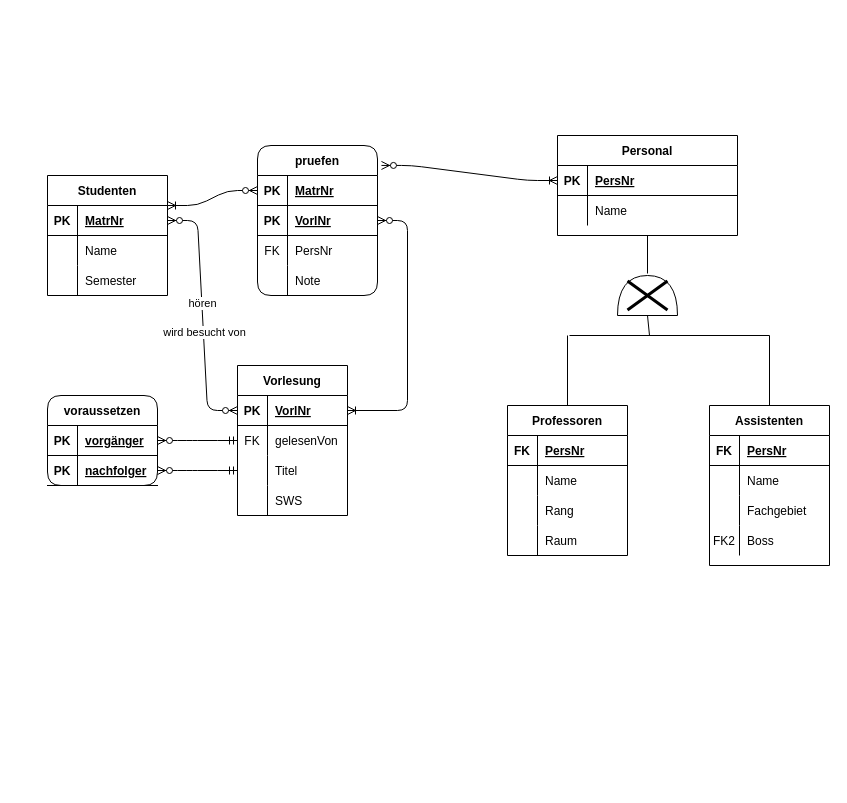
Before: P1_A1_EERD.drawio in TobiasMusiol/DB2_SoSem21, a draw.io diagram. Source tidied: cells renumbered, new cells numbered last; positions are measured from the earlier drawing's top-left corner, leaving out a move shared by most shapes. Both pictures are drawn from the tidied source at 100%, with x=0, y=0 at pixel (47, 135).
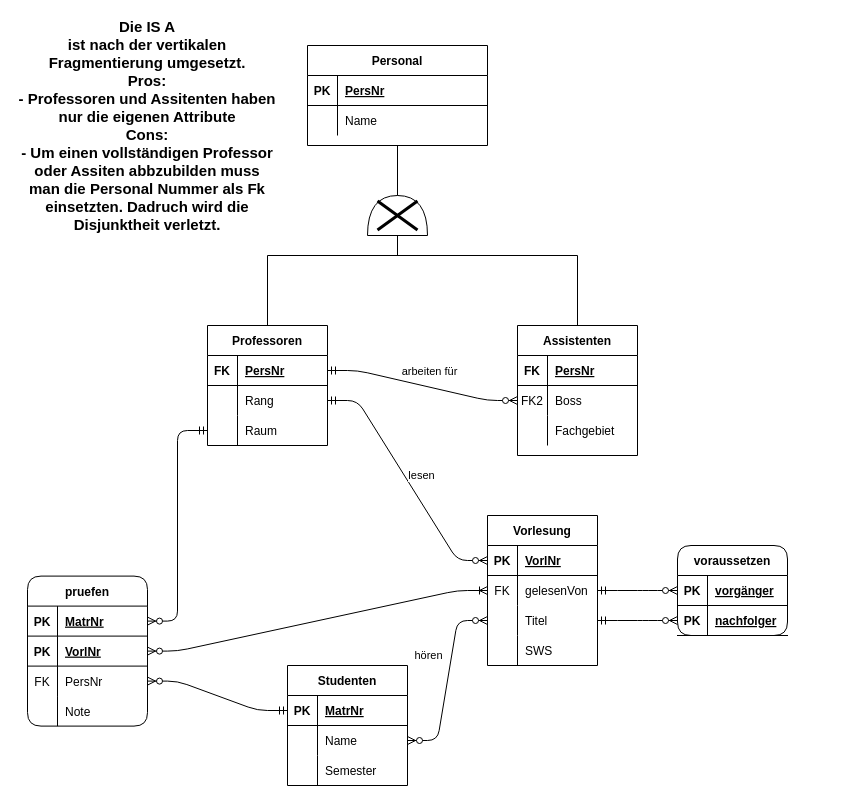
Above is the later version.

The change refers to these unchanged cells:
```xml
<mxCell id="3" style="shape=partialRectangle;fillColor=none;top=0;left=0;bottom=1;right=0;points=[[0,0.5],[1,0.5]];portConstraint=eastwest;" parent="2" vertex="1">
  <mxGeometry y="30" width="120" height="30" as="geometry" />
</mxCell>
<mxCell id="6" style="shape=partialRectangle;fillColor=none;top=0;left=0;bottom=0;right=0;points=[[0,0.5],[1,0.5]];portConstraint=eastwest;" parent="2" vertex="1">
  <mxGeometry y="60" width="120" height="30" as="geometry" />
</mxCell>
<mxCell id="13" style="shape=partialRectangle;fillColor=none;top=0;left=0;bottom=1;right=0;points=[[0,0.5],[1,0.5]];portConstraint=eastwest;" parent="12" vertex="1">
  <mxGeometry y="30" width="110" height="30" as="geometry" />
</mxCell>
<mxCell id="16" style="shape=partialRectangle;fillColor=none;top=0;left=0;bottom=0;right=0;points=[[0,0.5],[1,0.5]];portConstraint=eastwest;" parent="12" vertex="1">
  <mxGeometry y="60" width="110" height="30" as="geometry" />
</mxCell>
<mxCell id="19" style="shape=partialRectangle;fillColor=none;top=0;left=0;bottom=0;right=0;points=[[0,0.5],[1,0.5]];portConstraint=eastwest;" parent="12" vertex="1">
  <mxGeometry y="90" width="110" height="30" as="geometry" />
</mxCell>
<mxCell id="44" style="shape=partialRectangle;fillColor=none;top=0;left=0;bottom=1;right=0;points=[[0,0.5],[1,0.5]];portConstraint=eastwest;" parent="43" vertex="1">
  <mxGeometry y="30" width="120" height="30" as="geometry" />
</mxCell>
<mxCell id="61" style="shape=partialRectangle;fillColor=none;top=0;left=0;bottom=1;right=0;points=[[0,0.5],[1,0.5]];portConstraint=eastwest;" parent="60" vertex="1">
  <mxGeometry y="30" width="180" height="30" as="geometry" />
</mxCell>
<mxCell id="78" style="shape=partialRectangle;fillColor=none;top=0;left=0;bottom=1;right=0;points=[[0,0.5],[1,0.5]];portConstraint=eastwest;" parent="77" vertex="1">
  <mxGeometry y="30" width="120" height="30" as="geometry" />
</mxCell>
<mxCell id="81" style="shape=partialRectangle;fillColor=none;top=0;left=0;bottom=1;right=0;points=[[0,0.5],[1,0.5]];portConstraint=eastwest;" parent="77" vertex="1">
  <mxGeometry y="60" width="120" height="30" as="geometry" />
</mxCell>
<mxCell id="84" style="shape=partialRectangle;fillColor=none;top=0;left=0;bottom=0;right=0;points=[[0,0.5],[1,0.5]];portConstraint=eastwest;" parent="77" vertex="1">
  <mxGeometry y="90" width="120" height="30" as="geometry" />
</mxCell>
```

What changed in the source:
```diff
@@
     <mxCell id="2" value="Studenten" style="shape=table;startSize=30;childLayout=tableLayout;rowLines=0;fontStyle=1;align=center;" parent="1" vertex="1">
-      <mxGeometry y="40" width="120" height="120" as="geometry" />
+      <mxGeometry x="240" y="530" width="120" height="120" as="geometry" />
     </mxCell>
@@
     <mxCell id="12" value="Vorlesung" style="shape=table;startSize=30;childLayout=tableLayout;rowLines=0;fontStyle=1;align=center;rounded=0;" parent="1" vertex="1">
-      <mxGeometry x="190" y="230" width="110" height="150" as="geometry" />
+      <mxGeometry x="440" y="380" width="110" height="150" as="geometry" />
     </mxCell>
@@
     <mxCell id="25" style="shape=or;whiteSpace=wrap;html=1;rotation=-90;" parent="1" vertex="1">
-      <mxGeometry x="580" y="130" width="40" height="60" as="geometry" />
+      <mxGeometry x="330" y="50" width="40" height="60" as="geometry" />
     </mxCell>
     <mxCell id="26" style="shape=umlDestroy;whiteSpace=wrap;html=1;strokeWidth=3;" parent="1" vertex="1">
-      <mxGeometry x="580" y="145.5" width="40" height="29" as="geometry" />
+      <mxGeometry x="330" y="65.5" width="40" height="29" as="geometry" />
     </mxCell>
     <mxCell id="27" style="endArrow=none;html=1;rounded=0;entryX=0.5;entryY=0;entryDx=0;entryDy=0;" parent="1" edge="1" target="30">
       <mxGeometry relative="1" as="geometry">
-        <mxPoint x="722" y="200" as="sourcePoint" />
+        <mxPoint x="530" y="120" as="sourcePoint" />
       </mxGeometry>
     </mxCell>
     <mxCell id="28" style="endArrow=none;html=1;rounded=0;entryX=0.5;entryY=0;entryDx=0;entryDy=0;" parent="1" edge="1" target="43">
       <mxGeometry relative="1" as="geometry">
-        <mxPoint x="520" y="200" as="sourcePoint" />
+        <mxPoint x="220" y="120" as="sourcePoint" />
       </mxGeometry>
     </mxCell>
     <mxCell id="29" style="endArrow=none;html=1;rounded=0;" parent="1" edge="1">
       <mxGeometry relative="1" as="geometry">
-        <mxPoint x="522" y="200" as="sourcePoint" />
-        <mxPoint x="722" y="200" as="targetPoint" />
+        <mxPoint x="220" y="120" as="sourcePoint" />
+        <mxPoint x="530" y="120" as="targetPoint" />
       </mxGeometry>
     </mxCell>
     <mxCell id="30" value="Assistenten" style="shape=table;startSize=30;childLayout=tableLayout;rowLines=0;fontStyle=1;align=center;" parent="1" vertex="1">
-      <mxGeometry x="662" y="270" width="120" height="160" as="geometry" />
+      <mxGeometry x="470" y="190" width="120" height="130" as="geometry" />
     </mxCell>
@@
-    <mxCell id="34" style="shape=partialRectangle;fillColor=none;top=0;left=0;bottom=0;right=0;" parent="30" vertex="1">
-      <mxGeometry y="60" width="120" height="30" as="geometry" />
-    </mxCell>
-    <mxCell id="35" style="shape=partialRectangle;fillColor=none;top=0;left=0;bottom=0;right=0;overflow=hidden;" parent="34" vertex="1">
-      <mxGeometry width="30" height="30" as="geometry" />
-    </mxCell>
-    <mxCell id="36" value="Name" style="shape=partialRectangle;fillColor=none;top=0;left=0;bottom=0;right=0;align=left;spacingLeft=6;overflow=hidden;" parent="34" vertex="1">
-      <mxGeometry x="30" width="90" height="30" as="geometry" />
-    </mxCell>
+    <mxCell id="40" style="shape=partialRectangle;fillColor=none;top=0;left=0;bottom=0;right=0;points=[[0,0.5],[1,0.5]];portConstraint=eastwest;" parent="30" vertex="1">
+      <mxGeometry y="60" width="120" height="30" as="geometry" />
+    </mxCell>
+    <mxCell id="41" value="FK2" style="shape=partialRectangle;fillColor=none;top=0;left=0;bottom=0;right=0;overflow=hidden;" parent="40" vertex="1">
+      <mxGeometry width="30" height="30" as="geometry" />
+    </mxCell>
+    <mxCell id="42" value="Boss" style="shape=partialRectangle;fillColor=none;top=0;left=0;bottom=0;right=0;align=left;spacingLeft=6;overflow=hidden;" parent="40" vertex="1">
+      <mxGeometry x="30" width="90" height="30" as="geometry" />
+    </mxCell>
@@
-    <mxCell id="40" style="shape=partialRectangle;fillColor=none;top=0;left=0;bottom=0;right=0;points=[[0,0.5],[1,0.5]];portConstraint=eastwest;" parent="30" vertex="1">
-      <mxGeometry y="120" width="120" height="30" as="geometry" />
-    </mxCell>
-    <mxCell id="41" value="FK2" style="shape=partialRectangle;fillColor=none;top=0;left=0;bottom=0;right=0;overflow=hidden;" parent="40" vertex="1">
-      <mxGeometry width="30" height="30" as="geometry" />
-    </mxCell>
-    <mxCell id="42" value="Boss" style="shape=partialRectangle;fillColor=none;top=0;left=0;bottom=0;right=0;align=left;spacingLeft=6;overflow=hidden;" parent="40" vertex="1">
-      <mxGeometry x="30" width="90" height="30" as="geometry" />
-    </mxCell>
     <mxCell id="43" value="Professoren" style="shape=table;startSize=30;childLayout=tableLayout;rowLines=0;fontStyle=1;align=center;" parent="1" vertex="1">
-      <mxGeometry x="460" y="270" width="120" height="150" as="geometry" />
+      <mxGeometry x="160" y="190" width="120" height="120" as="geometry" />
     </mxCell>
@@
-    <mxCell id="47" style="shape=partialRectangle;fillColor=none;top=0;left=0;bottom=0;right=0;" parent="43" vertex="1">
-      <mxGeometry y="60" width="120" height="30" as="geometry" />
-    </mxCell>
-    <mxCell id="48" style="shape=partialRectangle;fillColor=none;top=0;left=0;bottom=0;right=0;overflow=hidden;" parent="47" vertex="1">
-      <mxGeometry width="30" height="30" as="geometry" />
-    </mxCell>
-    <mxCell id="49" value="Name" style="shape=partialRectangle;fillColor=none;top=0;left=0;bottom=0;right=0;align=left;spacingLeft=6;overflow=hidden;" parent="47" vertex="1">
-      <mxGeometry x="30" width="90" height="30" as="geometry" />
-    </mxCell>
     <mxCell id="50" style="shape=partialRectangle;fillColor=none;top=0;left=0;bottom=0;right=0;" parent="43" vertex="1">
-      <mxGeometry y="90" width="120" height="30" as="geometry" />
+      <mxGeometry y="60" width="120" height="30" as="geometry" />
     </mxCell>
@@
     <mxCell id="53" style="shape=partialRectangle;fillColor=none;top=0;left=0;bottom=0;right=0;points=[[0,0.5],[1,0.5]];portConstraint=eastwest;" parent="43" vertex="1">
-      <mxGeometry y="120" width="120" height="30" as="geometry" />
+      <mxGeometry y="90" width="120" height="30" as="geometry" />
     </mxCell>
@@
-    <mxCell id="56" style="edgeStyle=entityRelationEdgeStyle;fontSize=12;html=1;endArrow=ERzeroToMany;endFill=1;startArrow=ERzeroToMany;entryX=0;entryY=0.5;entryDx=0;entryDy=0;exitX=1;exitY=0.5;exitDx=0;exitDy=0;" parent="1" edge="1" source="3" target="13">
+    <mxCell id="56" style="edgeStyle=entityRelationEdgeStyle;fontSize=12;html=1;endArrow=ERzeroToMany;endFill=1;startArrow=ERzeroToMany;" parent="1" edge="1" source="6" target="19">
       <mxGeometry relative="1" as="geometry" />
     </mxCell>
     <mxCell id="57" value="&lt;div&gt;hören&lt;/div&gt;" style="edgeLabel;html=1;align=center;verticalAlign=middle;" parent="56" vertex="1">
       <mxGeometry x="0.02" relative="1" as="geometry">
-        <mxPoint x="-1" y="-15" as="offset" />
+        <mxPoint x="-20" y="-23" as="offset" />
       </mxGeometry>
     </mxCell>
-    <mxCell id="58" value="&lt;div&gt;wird besucht von&lt;/div&gt;" style="edgeLabel;html=1;align=center;verticalAlign=middle;" parent="56" vertex="1">
-      <mxGeometry x="0.01" y="1" relative="1" as="geometry">
-        <mxPoint y="16" as="offset" />
-      </mxGeometry>
-    </mxCell>
-    <mxCell id="59" style="endArrow=none;html=1;rounded=0;exitX=0.5;exitY=1;exitDx=0;exitDy=0;" parent="1" edge="1" source="60">
-      <mxGeometry relative="1" as="geometry">
-        <mxPoint x="600" y="138" as="targetPoint" />
-      </mxGeometry>
+    <mxCell id="59" style="endArrow=none;html=1;rounded=0;exitX=0.5;exitY=1;exitDx=0;exitDy=0;entryX=1;entryY=0.5;entryDx=0;entryDy=0;entryPerimeter=0;" parent="1" edge="1" source="60" target="25">
+      <mxGeometry relative="1" as="geometry" />
     </mxCell>
     <mxCell id="60" value="Personal" style="shape=table;startSize=30;childLayout=tableLayout;rowLines=0;fontStyle=1;align=center;" parent="1" vertex="1">
-      <mxGeometry x="510" width="180" height="100" as="geometry" />
+      <mxGeometry x="260" y="-90" width="180" height="100" as="geometry" />
     </mxCell>
@@
     <mxCell id="67" value="voraussetzen" style="shape=table;startSize=30;childLayout=tableLayout;rowLines=0;fontStyle=1;align=center;rounded=1;" parent="1" vertex="1">
-      <mxGeometry y="260" width="110" height="90" as="geometry" />
+      <mxGeometry x="630" y="410" width="110" height="90" as="geometry" />
     </mxCell>
@@
     <mxCell id="74" style="endArrow=none;html=1;rounded=0;exitX=0;exitY=0.5;exitDx=0;exitDy=0;exitPerimeter=0;" parent="1" edge="1" source="25">
       <mxGeometry relative="1" as="geometry">
-        <mxPoint x="602" y="200" as="targetPoint" />
+        <mxPoint x="350" y="120" as="targetPoint" />
       </mxGeometry>
     </mxCell>
@@
     <mxCell id="77" value="pruefen" style="shape=table;startSize=30;childLayout=tableLayout;rowLines=0;fontStyle=1;align=center;rounded=1;" parent="1" vertex="1">
-      <mxGeometry x="210" y="10" width="120" height="150" as="geometry" />
+      <mxGeometry x="-20" y="440.6" width="120" height="150" as="geometry" />
     </mxCell>
@@
-    <mxCell id="90" style="edgeStyle=entityRelationEdgeStyle;fontSize=12;html=1;endArrow=ERoneToMany;startArrow=ERzeroToMany;entryX=0;entryY=0.5;entryDx=0;entryDy=0;exitX=1.033;exitY=0.133;exitDx=0;exitDy=0;exitPerimeter=0;" parent="1" edge="1" source="77" target="61">
-      <mxGeometry relative="1" as="geometry" />
-    </mxCell>
-    <mxCell id="91" style="edgeStyle=entityRelationEdgeStyle;fontSize=12;html=1;endArrow=ERoneToMany;startArrow=ERzeroToMany;entryX=1;entryY=0.25;entryDx=0;entryDy=0;" parent="1" edge="1" source="78" target="2">
-      <mxGeometry relative="1" as="geometry" />
-    </mxCell>
-    <mxCell id="92" style="edgeStyle=entityRelationEdgeStyle;fontSize=12;html=1;endArrow=ERoneToMany;startArrow=ERzeroToMany;" parent="1" edge="1" source="81" target="13">
+    <mxCell id="92" style="edgeStyle=entityRelationEdgeStyle;fontSize=12;html=1;endArrow=ERoneToMany;startArrow=ERzeroToMany;" parent="1" edge="1" source="81" target="16">
       <mxGeometry relative="1" as="geometry" />
     </mxCell>
+    <mxCell id="93" style="edgeStyle=entityRelationEdgeStyle;fontSize=12;html=1;endArrow=ERzeroToMany;startArrow=ERmandOne;" parent="1" edge="1" source="53" target="78">
+      <mxGeometry relative="1" as="geometry" />
+    </mxCell>
+    <mxCell id="94" value="&lt;div&gt;&lt;br&gt;&lt;/div&gt;" style="edgeLabel;html=1;align=center;verticalAlign=middle;" parent="93" vertex="1">
+      <mxGeometry x="-0.22" y="-1" relative="1" as="geometry">
+        <mxPoint x="-19" y="15" as="offset" />
+      </mxGeometry>
+    </mxCell>
+    <mxCell id="95" style="edgeStyle=entityRelationEdgeStyle;fontSize=12;html=1;endArrow=ERzeroToMany;startArrow=ERmandOne;" parent="1" edge="1" source="44" target="40">
+      <mxGeometry relative="1" as="geometry" />
+    </mxCell>
+    <mxCell id="96" value="&lt;div&gt;arbeiten für&lt;/div&gt;" style="edgeLabel;html=1;align=center;verticalAlign=middle;" parent="95" vertex="1">
+      <mxGeometry x="0.01" y="-2" relative="1" as="geometry">
+        <mxPoint x="6" y="-17" as="offset" />
+      </mxGeometry>
+    </mxCell>
+    <mxCell id="97" style="edgeStyle=entityRelationEdgeStyle;fontSize=12;html=1;endArrow=ERzeroToMany;startArrow=ERmandOne;" parent="1" edge="1" target="13">
+      <mxGeometry relative="1" as="geometry">
+        <mxPoint x="280" y="265" as="sourcePoint" />
+      </mxGeometry>
+    </mxCell>
+    <mxCell id="98" value="&lt;div&gt;lesen&lt;/div&gt;" style="edgeLabel;html=1;align=center;verticalAlign=middle;" parent="97" vertex="1">
+      <mxGeometry x="0.03" y="1" relative="1" as="geometry">
+        <mxPoint x="11" y="-8" as="offset" />
+      </mxGeometry>
+    </mxCell>
+    <mxCell id="99" style="edgeStyle=entityRelationEdgeStyle;fontSize=12;html=1;endArrow=ERzeroToMany;startArrow=ERmandOne;" parent="1" edge="1" source="3" target="84">
+      <mxGeometry relative="1" as="geometry" />
+    </mxCell>
+    <mxCell id="100" value="&lt;font style=&quot;font-size: 15px&quot;&gt;&lt;b&gt;&lt;font style=&quot;font-size: 15px&quot;&gt;Die IS A &lt;br&gt;&lt;/font&gt;&lt;/b&gt;&lt;/font&gt;&lt;div style=&quot;font-size: 15px&quot;&gt;&lt;font style=&quot;font-size: 15px&quot;&gt;&lt;b&gt;ist nach der vertikalen Fragmentierung umgesetzt.&lt;/b&gt;&lt;/font&gt;&lt;/div&gt;&lt;div style=&quot;font-size: 15px&quot;&gt;&lt;font style=&quot;font-size: 15px&quot;&gt;&lt;b&gt;Pros:&lt;/b&gt;&lt;/font&gt;&lt;/div&gt;&lt;div style=&quot;font-size: 15px&quot;&gt;&lt;font style=&quot;font-size: 15px&quot;&gt;&lt;b&gt;- Professoren und Assitenten haben nur die eigenen Attribute&lt;/b&gt;&lt;/font&gt;&lt;/div&gt;&lt;div style=&quot;font-size: 15px&quot;&gt;&lt;font style=&quot;font-size: 15px&quot;&gt;&lt;b&gt;Cons:&lt;/b&gt;&lt;/font&gt;&lt;/div&gt;&lt;div style=&quot;font-size: 15px&quot;&gt;&lt;font style=&quot;font-size: 15px&quot;&gt;&lt;b&gt;- Um einen vollständigen Professor oder Assiten abbzubilden muss man die Personal Nummer als Fk einsetzten. Dadruch wird die Disjunktheit verletzt.&lt;br&gt;&lt;/b&gt;&lt;/font&gt;&lt;/div&gt;" style="text;html=1;strokeColor=none;fillColor=none;align=center;verticalAlign=middle;whiteSpace=wrap;rounded=0;" parent="1" vertex="1">
+      <mxGeometry x="-30" y="-115.5" width="260" height="210" as="geometry" />
+    </mxCell>
```
